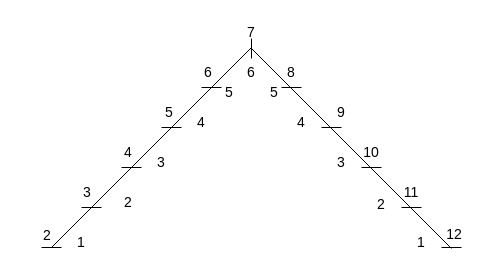
Above: rolling_dice/photo/tricks.drawio in Tayerquach/probability_master (draw.io), before the change. Source tidied: cells renumbered, new cells numbered last; positions are measured from the earlier drawing's top-left corner, leaving out a move shared by most shapes. Both pictures are drawn from the tidied source at 100%, with x=0, y=0 at pixel (17, 17).
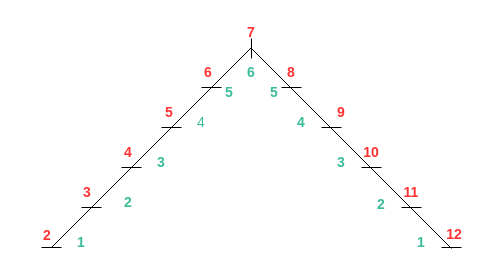
After the change.

Unchanged cells that the change refers to:
```xml
<mxCell id="2" style="group;" parent="1" vertex="1">
  <mxGeometry x="24" y="30" width="260" height="210" as="geometry" />
</mxCell>
```

What changed in the source:
```diff
@@
-    <mxCell id="9" value="&lt;font style=&quot;font-size: 14px;&quot;&gt;3&lt;/font&gt;" style="text;html=1;strokeColor=none;fillColor=none;align=center;verticalAlign=middle;whiteSpace=wrap;rounded=0;" parent="2" vertex="1">
+    <mxCell id="9" value="&lt;font color=&quot;#ff3333&quot; style=&quot;font-size: 14px;&quot;&gt;&lt;b&gt;3&lt;/b&gt;&lt;/font&gt;" style="text;html=1;strokeColor=none;fillColor=none;align=center;verticalAlign=middle;whiteSpace=wrap;rounded=0;" parent="2" vertex="1">
       <mxGeometry x="16" y="130" width="60" height="30" as="geometry" />
     </mxCell>
-    <mxCell id="10" value="&lt;font style=&quot;font-size: 14px;&quot;&gt;4&lt;/font&gt;" style="text;html=1;strokeColor=none;fillColor=none;align=center;verticalAlign=middle;whiteSpace=wrap;rounded=0;" parent="2" vertex="1">
+    <mxCell id="10" value="&lt;font color=&quot;#ff3333&quot; style=&quot;font-size: 14px;&quot;&gt;&lt;b&gt;4&lt;/b&gt;&lt;/font&gt;" style="text;html=1;strokeColor=none;fillColor=none;align=center;verticalAlign=middle;whiteSpace=wrap;rounded=0;" parent="2" vertex="1">
       <mxGeometry x="57" y="90" width="60" height="30" as="geometry" />
     </mxCell>
-    <mxCell id="11" value="&lt;font style=&quot;font-size: 14px;&quot;&gt;5&lt;/font&gt;" style="text;html=1;strokeColor=none;fillColor=none;align=center;verticalAlign=middle;whiteSpace=wrap;rounded=0;" parent="2" vertex="1">
+    <mxCell id="11" value="&lt;font color=&quot;#ff3333&quot; style=&quot;font-size: 14px;&quot;&gt;&lt;b&gt;5&lt;/b&gt;&lt;/font&gt;" style="text;html=1;strokeColor=none;fillColor=none;align=center;verticalAlign=middle;whiteSpace=wrap;rounded=0;" parent="2" vertex="1">
       <mxGeometry x="98" y="50" width="60" height="30" as="geometry" />
     </mxCell>
-    <mxCell id="12" value="&lt;font style=&quot;font-size: 14px;&quot;&gt;6&lt;/font&gt;" style="text;html=1;strokeColor=none;fillColor=none;align=center;verticalAlign=middle;whiteSpace=wrap;rounded=0;" parent="2" vertex="1">
+    <mxCell id="12" value="&lt;font color=&quot;#ff3333&quot; style=&quot;font-size: 14px;&quot;&gt;&lt;b&gt;6&lt;/b&gt;&lt;/font&gt;" style="text;html=1;strokeColor=none;fillColor=none;align=center;verticalAlign=middle;whiteSpace=wrap;rounded=0;" parent="2" vertex="1">
       <mxGeometry x="137" y="10" width="60" height="30" as="geometry" />
     </mxCell>
-    <mxCell id="13" value="&lt;font style=&quot;font-size: 14px;&quot;&gt;2&lt;/font&gt;" style="text;html=1;strokeColor=none;fillColor=none;align=center;verticalAlign=middle;whiteSpace=wrap;rounded=0;" parent="2" vertex="1">
+    <mxCell id="13" value="&lt;font color=&quot;#3cbc99&quot; style=&quot;font-size: 14px;&quot;&gt;&lt;b&gt;2&lt;/b&gt;&lt;/font&gt;" style="text;html=1;strokeColor=none;fillColor=none;align=center;verticalAlign=middle;whiteSpace=wrap;rounded=0;" parent="2" vertex="1">
       <mxGeometry x="57" y="140" width="60" height="30" as="geometry" />
     </mxCell>
-    <mxCell id="14" value="&lt;font style=&quot;font-size: 14px;&quot;&gt;3&lt;/font&gt;" style="text;html=1;strokeColor=none;fillColor=none;align=center;verticalAlign=middle;whiteSpace=wrap;rounded=0;" parent="2" vertex="1">
+    <mxCell id="14" value="&lt;font color=&quot;#3cbc99&quot; style=&quot;font-size: 14px;&quot;&gt;&lt;b&gt;3&lt;/b&gt;&lt;/font&gt;" style="text;html=1;strokeColor=none;fillColor=none;align=center;verticalAlign=middle;whiteSpace=wrap;rounded=0;" parent="2" vertex="1">
       <mxGeometry x="90" y="100" width="60" height="30" as="geometry" />
     </mxCell>
-    <mxCell id="15" value="&lt;font style=&quot;font-size: 14px;&quot;&gt;4&lt;/font&gt;" style="text;html=1;strokeColor=none;fillColor=none;align=center;verticalAlign=middle;whiteSpace=wrap;rounded=0;" parent="2" vertex="1">
+    <mxCell id="15" value="&lt;font color=&quot;#3cbc99&quot; style=&quot;font-size: 14px;&quot;&gt;4&lt;/font&gt;" style="text;html=1;strokeColor=none;fillColor=none;align=center;verticalAlign=middle;whiteSpace=wrap;rounded=0;" parent="2" vertex="1">
       <mxGeometry x="130" y="60" width="60" height="30" as="geometry" />
     </mxCell>
-    <mxCell id="16" value="&lt;font style=&quot;font-size: 14px;&quot;&gt;5&lt;/font&gt;" style="text;html=1;strokeColor=none;fillColor=none;align=center;verticalAlign=middle;whiteSpace=wrap;rounded=0;" parent="2" vertex="1">
+    <mxCell id="16" value="&lt;font color=&quot;#3cbc99&quot; style=&quot;font-size: 14px;&quot;&gt;&lt;b&gt;5&lt;/b&gt;&lt;/font&gt;" style="text;html=1;strokeColor=none;fillColor=none;align=center;verticalAlign=middle;whiteSpace=wrap;rounded=0;" parent="2" vertex="1">
       <mxGeometry x="158" y="30" width="60" height="30" as="geometry" />
     </mxCell>
-    <mxCell id="17" value="&lt;font style=&quot;font-size: 14px;&quot;&gt;6&lt;/font&gt;" style="text;html=1;strokeColor=none;fillColor=none;align=center;verticalAlign=middle;whiteSpace=wrap;rounded=0;" parent="2" vertex="1">
+    <mxCell id="17" value="&lt;font color=&quot;#3cbc99&quot; style=&quot;font-size: 14px;&quot;&gt;&lt;b&gt;6&lt;/b&gt;&lt;/font&gt;" style="text;html=1;strokeColor=none;fillColor=none;align=center;verticalAlign=middle;whiteSpace=wrap;rounded=0;" parent="2" vertex="1">
       <mxGeometry x="180" y="10" width="60" height="30" as="geometry" />
     </mxCell>
-    <mxCell id="18" value="&lt;font style=&quot;font-size: 14px;&quot;&gt;5&lt;/font&gt;" style="text;html=1;strokeColor=none;fillColor=none;align=center;verticalAlign=middle;whiteSpace=wrap;rounded=0;" parent="2" vertex="1">
+    <mxCell id="18" value="&lt;font color=&quot;#3cbc99&quot; style=&quot;font-size: 14px;&quot;&gt;&lt;b&gt;5&lt;/b&gt;&lt;/font&gt;" style="text;html=1;strokeColor=none;fillColor=none;align=center;verticalAlign=middle;whiteSpace=wrap;rounded=0;" parent="2" vertex="1">
       <mxGeometry x="203" y="30" width="60" height="30" as="geometry" />
     </mxCell>
@@
-    <mxCell id="26" value="&lt;font style=&quot;font-size: 14px;&quot;&gt;2&lt;/font&gt;" style="text;html=1;strokeColor=none;fillColor=none;align=center;verticalAlign=middle;whiteSpace=wrap;rounded=0;" parent="1" vertex="1">
+    <mxCell id="26" value="&lt;font color=&quot;#ff3333&quot; style=&quot;font-size: 14px;&quot;&gt;&lt;b&gt;2&lt;/b&gt;&lt;/font&gt;" style="text;html=1;strokeColor=none;fillColor=none;align=center;verticalAlign=middle;whiteSpace=wrap;rounded=0;" parent="1" vertex="1">
       <mxGeometry y="203" width="60" height="30" as="geometry" />
     </mxCell>
-    <mxCell id="27" value="&lt;font style=&quot;font-size: 14px;&quot;&gt;7&lt;/font&gt;" style="text;html=1;strokeColor=none;fillColor=none;align=center;verticalAlign=middle;whiteSpace=wrap;rounded=0;" parent="1" vertex="1">
+    <mxCell id="27" value="&lt;font color=&quot;#ff3333&quot; style=&quot;font-size: 14px;&quot;&gt;&lt;b&gt;7&lt;/b&gt;&lt;/font&gt;" style="text;html=1;strokeColor=none;fillColor=none;align=center;verticalAlign=middle;whiteSpace=wrap;rounded=0;" parent="1" vertex="1">
       <mxGeometry x="204" width="60" height="30" as="geometry" />
     </mxCell>
-    <mxCell id="28" value="&lt;font style=&quot;font-size: 14px;&quot;&gt;8&lt;/font&gt;" style="text;html=1;strokeColor=none;fillColor=none;align=center;verticalAlign=middle;whiteSpace=wrap;rounded=0;" parent="1" vertex="1">
+    <mxCell id="28" value="&lt;font color=&quot;#ff3333&quot; style=&quot;font-size: 14px;&quot;&gt;&lt;b&gt;8&lt;/b&gt;&lt;/font&gt;" style="text;html=1;strokeColor=none;fillColor=none;align=center;verticalAlign=middle;whiteSpace=wrap;rounded=0;" parent="1" vertex="1">
       <mxGeometry x="244" y="40" width="60" height="30" as="geometry" />
     </mxCell>
-    <mxCell id="29" value="&lt;font style=&quot;font-size: 14px;&quot;&gt;9&lt;/font&gt;" style="text;html=1;strokeColor=none;fillColor=none;align=center;verticalAlign=middle;whiteSpace=wrap;rounded=0;" parent="1" vertex="1">
+    <mxCell id="29" value="&lt;font color=&quot;#ff3333&quot; style=&quot;font-size: 14px;&quot;&gt;&lt;b&gt;9&lt;/b&gt;&lt;/font&gt;" style="text;html=1;strokeColor=none;fillColor=none;align=center;verticalAlign=middle;whiteSpace=wrap;rounded=0;" parent="1" vertex="1">
       <mxGeometry x="294" y="80" width="60" height="30" as="geometry" />
     </mxCell>
-    <mxCell id="30" value="&lt;font style=&quot;font-size: 14px;&quot;&gt;10&lt;/font&gt;" style="text;html=1;strokeColor=none;fillColor=none;align=center;verticalAlign=middle;whiteSpace=wrap;rounded=0;" parent="1" vertex="1">
+    <mxCell id="30" value="&lt;font color=&quot;#ff3333&quot; style=&quot;font-size: 14px;&quot;&gt;&lt;b&gt;10&lt;/b&gt;&lt;/font&gt;" style="text;html=1;strokeColor=none;fillColor=none;align=center;verticalAlign=middle;whiteSpace=wrap;rounded=0;" parent="1" vertex="1">
       <mxGeometry x="324" y="120" width="60" height="30" as="geometry" />
     </mxCell>
-    <mxCell id="31" value="&lt;font style=&quot;font-size: 14px;&quot;&gt;11&lt;/font&gt;" style="text;html=1;strokeColor=none;fillColor=none;align=center;verticalAlign=middle;whiteSpace=wrap;rounded=0;" parent="1" vertex="1">
+    <mxCell id="31" value="&lt;font color=&quot;#ff3333&quot; style=&quot;font-size: 14px;&quot;&gt;&lt;b&gt;11&lt;/b&gt;&lt;/font&gt;" style="text;html=1;strokeColor=none;fillColor=none;align=center;verticalAlign=middle;whiteSpace=wrap;rounded=0;" parent="1" vertex="1">
       <mxGeometry x="364" y="160" width="60" height="30" as="geometry" />
     </mxCell>
-    <mxCell id="32" value="&lt;font style=&quot;font-size: 14px;&quot;&gt;12&lt;/font&gt;" style="text;html=1;strokeColor=none;fillColor=none;align=center;verticalAlign=middle;whiteSpace=wrap;rounded=0;" parent="1" vertex="1">
+    <mxCell id="32" value="&lt;font color=&quot;#ff3333&quot; style=&quot;font-size: 14px;&quot;&gt;&lt;b&gt;12&lt;/b&gt;&lt;/font&gt;" style="text;html=1;strokeColor=none;fillColor=none;align=center;verticalAlign=middle;whiteSpace=wrap;rounded=0;" parent="1" vertex="1">
       <mxGeometry x="407" y="202" width="60" height="30" as="geometry" />
     </mxCell>
-    <mxCell id="33" value="&lt;font style=&quot;font-size: 14px;&quot;&gt;1&lt;/font&gt;" style="text;html=1;strokeColor=none;fillColor=none;align=center;verticalAlign=middle;whiteSpace=wrap;rounded=0;" parent="1" vertex="1">
+    <mxCell id="33" value="&lt;font color=&quot;#3cbc99&quot; style=&quot;font-size: 14px;&quot;&gt;&lt;b&gt;1&lt;/b&gt;&lt;/font&gt;" style="text;html=1;strokeColor=none;fillColor=none;align=center;verticalAlign=middle;whiteSpace=wrap;rounded=0;" parent="1" vertex="1">
       <mxGeometry x="34" y="210" width="60" height="30" as="geometry" />
     </mxCell>
-    <mxCell id="34" value="&lt;font style=&quot;font-size: 14px;&quot;&gt;4&lt;/font&gt;" style="text;html=1;strokeColor=none;fillColor=none;align=center;verticalAlign=middle;whiteSpace=wrap;rounded=0;" parent="1" vertex="1">
+    <mxCell id="34" value="&lt;font color=&quot;#3cbc99&quot; style=&quot;font-size: 14px;&quot;&gt;&lt;b&gt;4&lt;/b&gt;&lt;/font&gt;" style="text;html=1;strokeColor=none;fillColor=none;align=center;verticalAlign=middle;whiteSpace=wrap;rounded=0;" parent="1" vertex="1">
       <mxGeometry x="254" y="90" width="60" height="30" as="geometry" />
     </mxCell>
-    <mxCell id="35" value="&lt;font style=&quot;font-size: 14px;&quot;&gt;3&lt;/font&gt;" style="text;html=1;strokeColor=none;fillColor=none;align=center;verticalAlign=middle;whiteSpace=wrap;rounded=0;" parent="1" vertex="1">
+    <mxCell id="35" value="&lt;font color=&quot;#3cbc99&quot; style=&quot;font-size: 14px;&quot;&gt;&lt;b&gt;3&lt;/b&gt;&lt;/font&gt;" style="text;html=1;strokeColor=none;fillColor=none;align=center;verticalAlign=middle;whiteSpace=wrap;rounded=0;" parent="1" vertex="1">
       <mxGeometry x="294" y="130" width="60" height="30" as="geometry" />
     </mxCell>
-    <mxCell id="36" value="&lt;font style=&quot;font-size: 14px;&quot;&gt;2&lt;/font&gt;" style="text;html=1;strokeColor=none;fillColor=none;align=center;verticalAlign=middle;whiteSpace=wrap;rounded=0;" parent="1" vertex="1">
+    <mxCell id="36" value="&lt;font color=&quot;#3cbc99&quot; style=&quot;font-size: 14px;&quot;&gt;&lt;b&gt;2&lt;/b&gt;&lt;/font&gt;" style="text;html=1;strokeColor=none;fillColor=none;align=center;verticalAlign=middle;whiteSpace=wrap;rounded=0;" parent="1" vertex="1">
       <mxGeometry x="334" y="172" width="60" height="30" as="geometry" />
     </mxCell>
-    <mxCell id="37" value="&lt;font style=&quot;font-size: 14px;&quot;&gt;1&lt;/font&gt;" style="text;html=1;strokeColor=none;fillColor=none;align=center;verticalAlign=middle;whiteSpace=wrap;rounded=0;" parent="1" vertex="1">
+    <mxCell id="37" value="&lt;font color=&quot;#3cbc99&quot; style=&quot;font-size: 14px;&quot;&gt;&lt;b&gt;1&lt;/b&gt;&lt;/font&gt;" style="text;html=1;strokeColor=none;fillColor=none;align=center;verticalAlign=middle;whiteSpace=wrap;rounded=0;" parent="1" vertex="1">
       <mxGeometry x="374" y="210" width="60" height="30" as="geometry" />
     </mxCell>
```
